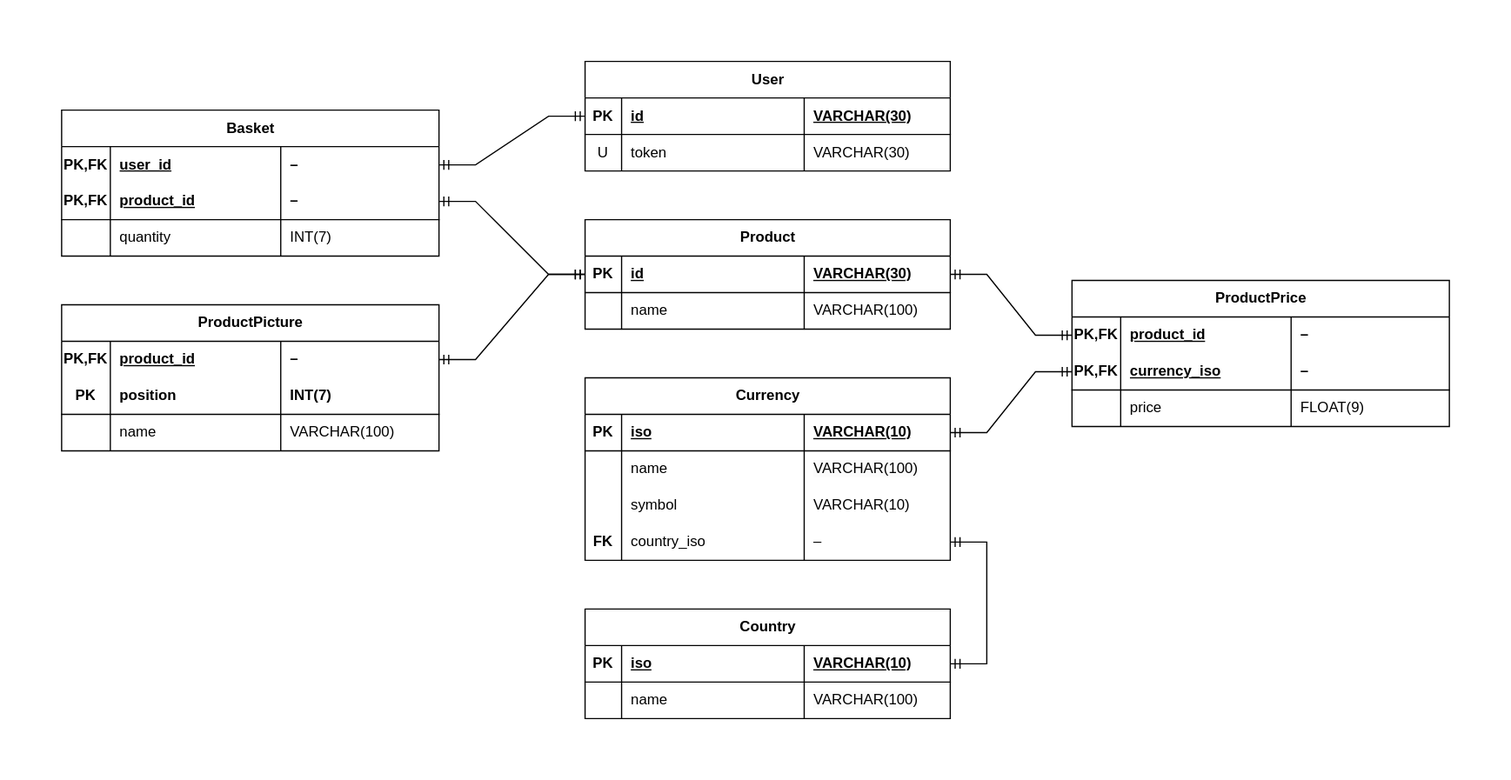
Before: doc/resources/erd-database.drawio.svg, a diagram exported from draw.io (israel-meiresonne/e-shop-1-backend). Source tidied: cells renumbered, new cells last; positions are measured from the earlier drawing's top-left corner, leaving out a move shared by most shapes.
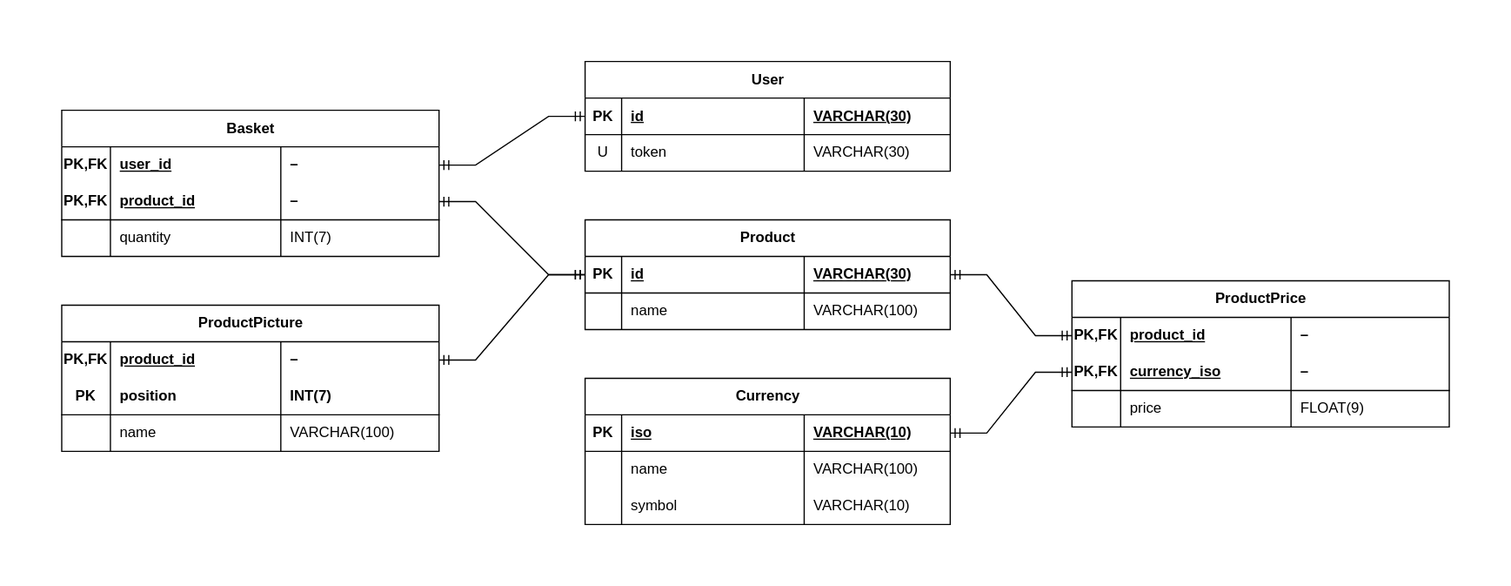
After the commit.

Commit message:
Doc: from ERD, remove the `Country` table

The edit, as a diff of the source:
```diff
@@ -57,7 +57,7 @@
       <mxGeometry x="180" width="120" height="30" as="geometry" />
     </mxCell>
     <mxCell id="20" value="Currency" style="shape=table;startSize=30;rowLines=0;fontStyle=1;align=center;html=1;" parent="1" vertex="1">
-      <mxGeometry x="430" y="260" width="300" height="150" as="geometry" />
+      <mxGeometry x="430" y="260" width="300" height="120" as="geometry" />
     </mxCell>
     <mxCell id="21" style="shape=tableRow;horizontal=0;startSize=0;swimlaneHead=0;swimlaneBody=0;fillColor=none;points=[[0,0.5],[1,0.5]];portConstraint=eastwest;top=0;left=0;right=0;bottom=1;" parent="20" vertex="1">
       <mxGeometry y="30" width="300" height="30" as="geometry" />
@@ -95,48 +95,6 @@
     <mxCell id="32" value="VARCHAR(10)" style="shape=partialRectangle;fillColor=none;top=0;left=0;bottom=0;right=0;align=left;spacingLeft=6;overflow=hidden;whiteSpace=wrap;html=1;" parent="29" vertex="1">
       <mxGeometry x="180" width="120" height="30" as="geometry" />
     </mxCell>
-    <mxCell id="33" style="shape=tableRow;horizontal=0;startSize=0;swimlaneHead=0;swimlaneBody=0;fillColor=none;points=[[0,0.5],[1,0.5]];portConstraint=eastwest;top=0;left=0;right=0;bottom=0;" parent="20" vertex="1">
-      <mxGeometry y="120" width="300" height="30" as="geometry" />
-    </mxCell>
-    <mxCell id="34" value="&lt;b&gt;FK&lt;/b&gt;" style="shape=partialRectangle;fillColor=none;top=0;left=0;bottom=0;right=0;overflow=hidden;whiteSpace=wrap;html=1;" parent="33" vertex="1">
-      <mxGeometry width="30" height="30" as="geometry" />
-    </mxCell>
-    <mxCell id="35" value="country_iso" style="shape=partialRectangle;fillColor=none;top=0;left=0;bottom=0;right=0;align=left;spacingLeft=6;overflow=hidden;whiteSpace=wrap;html=1;" parent="33" vertex="1">
-      <mxGeometry x="30" width="150" height="30" as="geometry" />
-    </mxCell>
-    <mxCell id="36" value="–" style="shape=partialRectangle;fillColor=none;top=0;left=0;bottom=0;right=0;align=left;spacingLeft=6;overflow=hidden;whiteSpace=wrap;html=1;" parent="33" vertex="1">
-      <mxGeometry x="180" width="120" height="30" as="geometry" />
-    </mxCell>
-    <mxCell id="37" value="Country" style="shape=table;startSize=30;rowLines=0;fontStyle=1;align=center;html=1;" parent="1" vertex="1">
-      <mxGeometry x="430" y="450" width="300" height="90" as="geometry" />
-    </mxCell>
-    <mxCell id="38" style="shape=tableRow;horizontal=0;startSize=0;swimlaneHead=0;swimlaneBody=0;fillColor=none;points=[[0,0.5],[1,0.5]];portConstraint=eastwest;top=0;left=0;right=0;bottom=1;" parent="37" vertex="1">
-      <mxGeometry y="30" width="300" height="30" as="geometry" />
-    </mxCell>
-    <mxCell id="39" value="PK" style="shape=partialRectangle;fillColor=none;top=0;left=0;bottom=0;right=0;fontStyle=1;overflow=hidden;whiteSpace=wrap;html=1;" parent="38" vertex="1">
-      <mxGeometry width="30" height="30" as="geometry" />
-    </mxCell>
-    <mxCell id="40" value="iso" style="shape=partialRectangle;fillColor=none;top=0;left=0;bottom=0;right=0;align=left;spacingLeft=6;fontStyle=5;overflow=hidden;whiteSpace=wrap;html=1;" parent="38" vertex="1">
-      <mxGeometry x="30" width="150" height="30" as="geometry" />
-    </mxCell>
-    <mxCell id="41" value="VARCHAR(10)" style="shape=partialRectangle;fillColor=none;top=0;left=0;bottom=0;right=0;align=left;spacingLeft=6;fontStyle=5;overflow=hidden;whiteSpace=wrap;html=1;" parent="38" vertex="1">
-      <mxGeometry x="180" width="120" height="30" as="geometry" />
-    </mxCell>
-    <mxCell id="42" style="shape=tableRow;horizontal=0;startSize=0;swimlaneHead=0;swimlaneBody=0;fillColor=none;top=0;left=0;right=0;bottom=0;" parent="37" vertex="1">
-      <mxGeometry y="60" width="300" height="30" as="geometry" />
-    </mxCell>
-    <mxCell id="43" style="shape=partialRectangle;fillColor=none;top=0;left=0;bottom=0;right=0;overflow=hidden;whiteSpace=wrap;html=1;" parent="42" vertex="1">
-      <mxGeometry width="30" height="30" as="geometry" />
-    </mxCell>
-    <mxCell id="44" value="name" style="shape=partialRectangle;fillColor=none;top=0;left=0;bottom=0;right=0;align=left;spacingLeft=6;overflow=hidden;whiteSpace=wrap;html=1;" parent="42" vertex="1">
-      <mxGeometry x="30" width="150" height="30" as="geometry" />
-    </mxCell>
-    <mxCell id="45" value="&lt;span style=&quot;color: rgb(0, 0, 0); font-family: Helvetica; font-size: 12px; font-style: normal; font-variant-ligatures: normal; font-variant-caps: normal; font-weight: 400; letter-spacing: normal; orphans: 2; text-align: left; text-indent: 0px; text-transform: none; widows: 2; word-spacing: 0px; -webkit-text-stroke-width: 0px; background-color: rgb(251, 251, 251); text-decoration-thickness: initial; text-decoration-style: initial; text-decoration-color: initial; float: none; display: inline !important;&quot;&gt;VARCHAR(100)&lt;/span&gt;" style="shape=partialRectangle;fillColor=none;top=0;left=0;bottom=0;right=0;align=left;spacingLeft=6;overflow=hidden;whiteSpace=wrap;html=1;" parent="42" vertex="1">
-      <mxGeometry x="180" width="120" height="30" as="geometry" />
-    </mxCell>
-    <mxCell id="46" style="edgeStyle=entityRelationEdgeStyle;fontSize=12;html=1;endArrow=ERmandOne;startArrow=ERmandOne;rounded=0;" parent="1" edge="1" source="38" target="33">
-      <mxGeometry relative="1" as="geometry" />
-    </mxCell>
     <mxCell id="47" value="ProductPrice" style="shape=table;startSize=30;rowLines=0;fontStyle=1;align=center;html=1;" parent="1" vertex="1">
       <mxGeometry x="830" y="180" width="310" height="120" as="geometry" />
     </mxCell>
```
